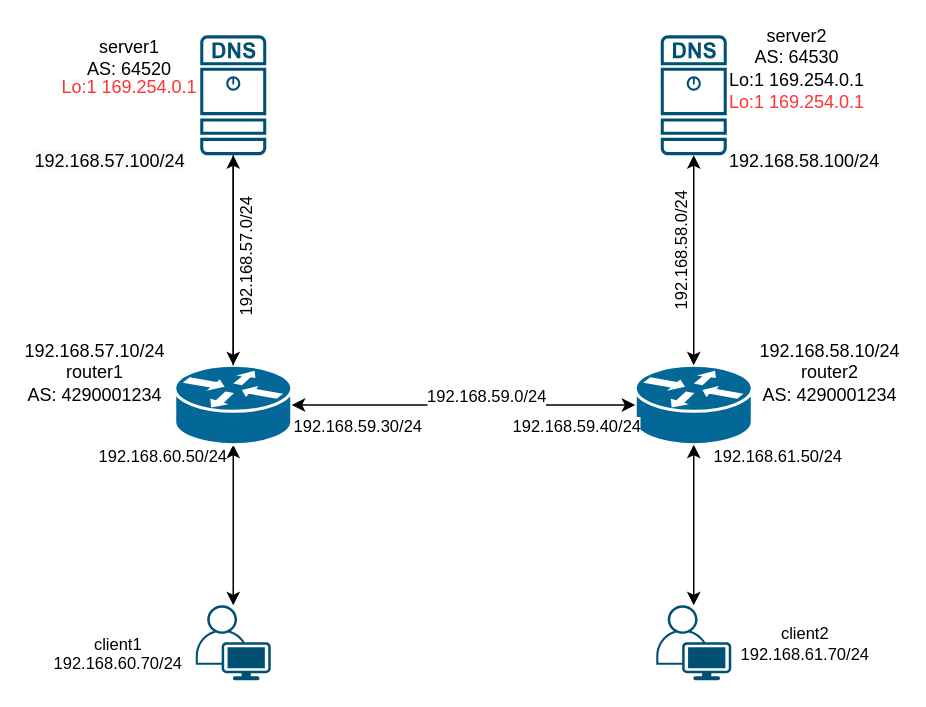
The draw.io diagram bgp-anycast-dns.drawio in BahmaniAlireza/anycast-bgp-dns, before the edit. Source tidied: cells renumbered, new cells numbered last; positions are measured from the earlier drawing's top-left corner, leaving out a move shared by most shapes. Both pictures are drawn from the tidied source at 150%, with x=0, y=0 at pixel (32, 34).
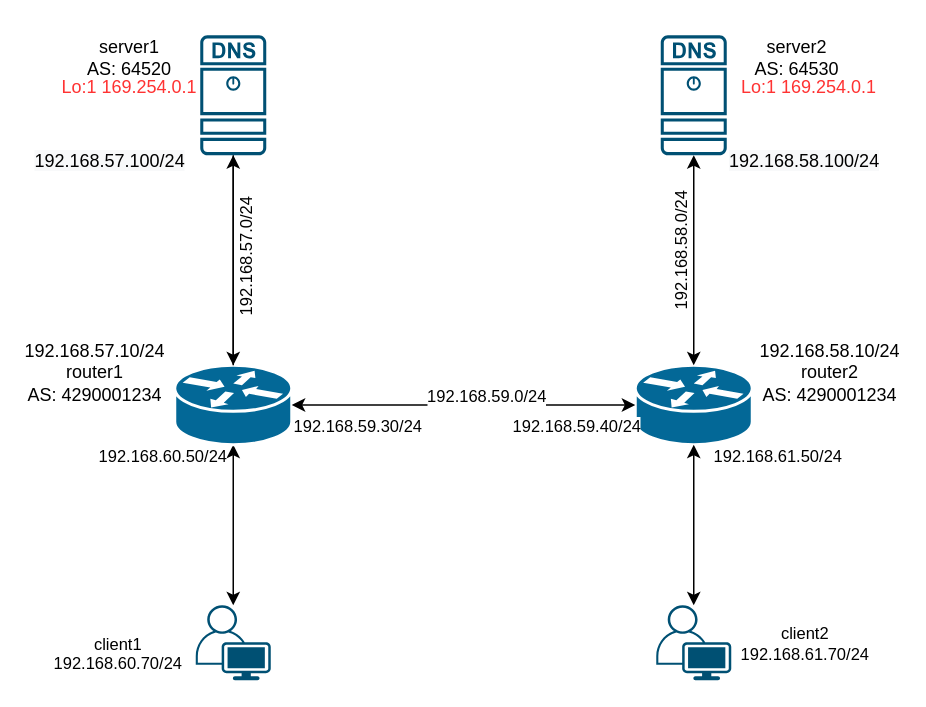
After the change.

Change to the diagram source:
```diff
@@
-    <mxCell id="13" value="server2&lt;br&gt;AS:&amp;nbsp;64530&lt;br&gt;Lo:1&amp;nbsp;169.254.0.1" style="text;html=1;strokeColor=none;fillColor=none;align=center;verticalAlign=middle;whiteSpace=wrap;rounded=0;" parent="1" vertex="1">
+    <mxCell id="13" value="server2&lt;br&gt;AS:&amp;nbsp;64530" style="text;html=1;strokeColor=none;fillColor=none;align=center;verticalAlign=middle;whiteSpace=wrap;rounded=0;" parent="1" vertex="1">
       <mxGeometry x="480" width="60" height="30" as="geometry" />
     </mxCell>
@@
     <mxCell id="30" value="Lo:1&amp;nbsp;169.254.0.1" style="text;html=1;strokeColor=none;fillColor=none;align=center;verticalAlign=middle;whiteSpace=wrap;rounded=0;fontColor=#FF3333;" parent="1" vertex="1">
-      <mxGeometry x="480" y="30" width="60" height="30" as="geometry" />
+      <mxGeometry x="488" y="20" width="60" height="30" as="geometry" />
     </mxCell>
```
